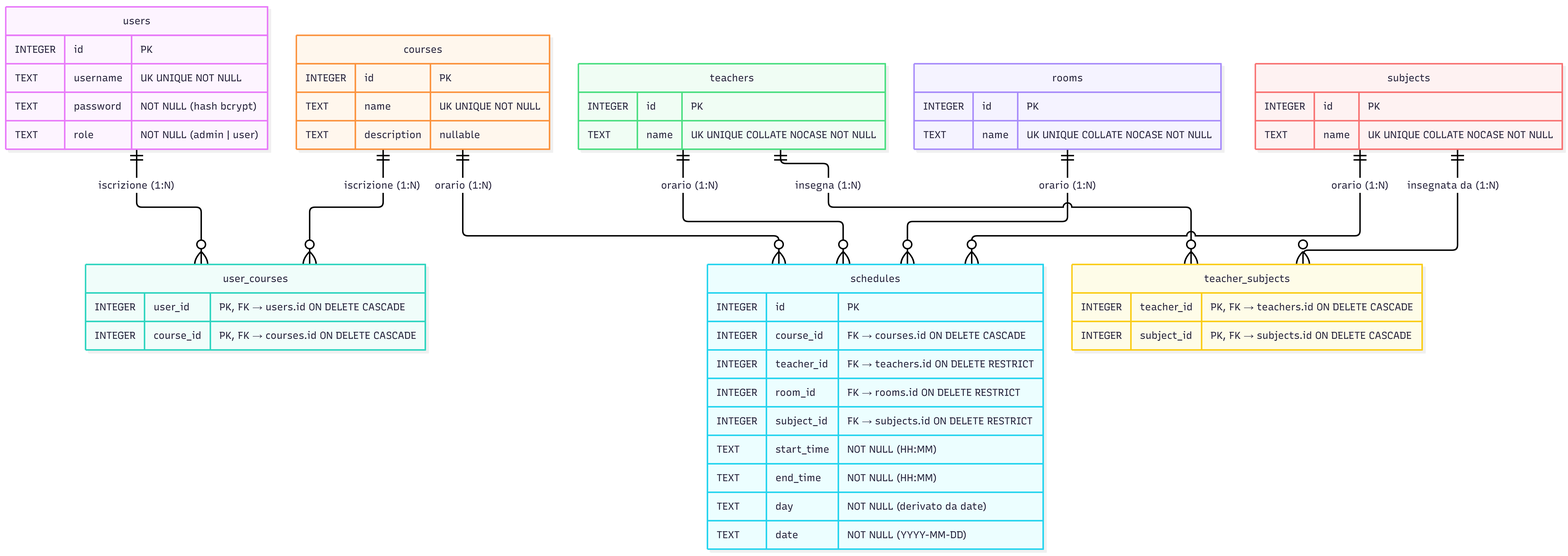
Above: backend/Schema/Schema.png in NicoMaker/Portale_H_ITS (Mermaid), before the change. Its source is kept beside it as backend/Schema/Schema.mmd.
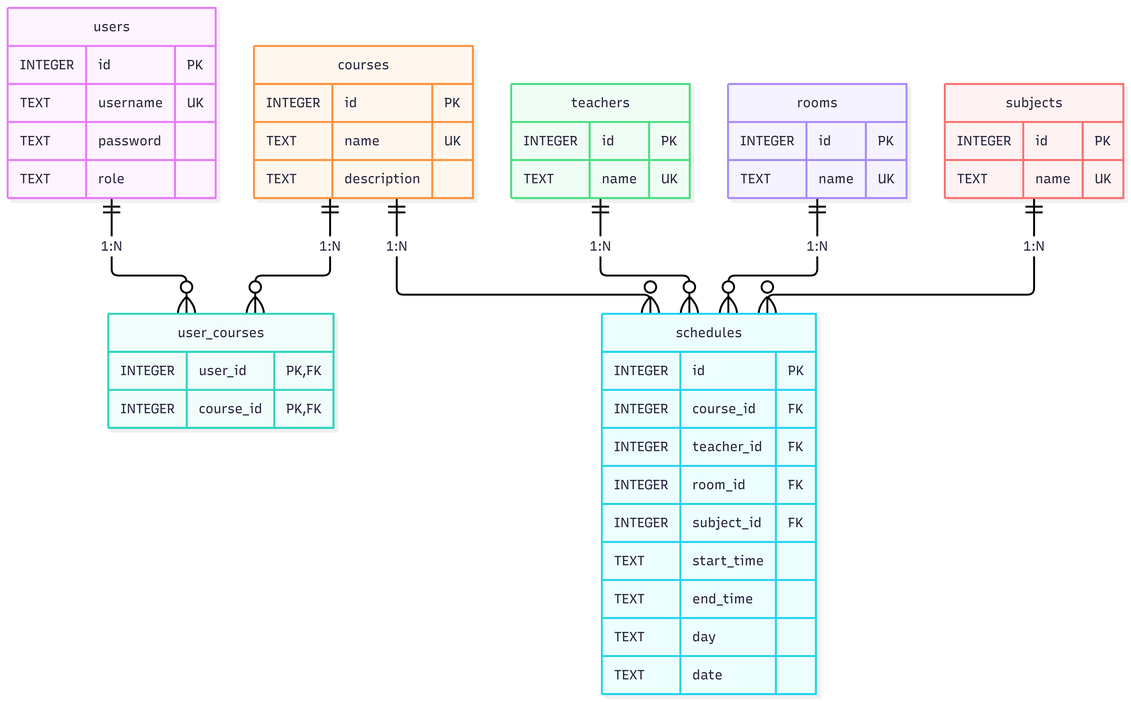
Later version of the same file.

What changed in the source:
```diff
@@ -1,61 +1,52 @@
 erDiagram
-    users ||--o{ user_courses : "iscrizione (1:N)"
-    courses ||--o{ user_courses : "iscrizione (1:N)"
-
-    courses ||--o{ schedules : "orario (1:N)"
-    teachers ||--o{ schedules : "orario (1:N)"
-    rooms ||--o{ schedules : "orario (1:N)"
-    subjects ||--o{ schedules : "orario (1:N)"
-
-    teachers ||--o{ teacher_subjects : "insegna (1:N)"
-    subjects ||--o{ teacher_subjects : "insegnata da (1:N)"
+    users ||--o{ user_courses : "1:N"
+    courses ||--o{ user_courses : "1:N"
+    courses ||--o{ schedules : "1:N"
+    teachers ||--o{ schedules : "1:N"
+    rooms ||--o{ schedules : "1:N"
+    subjects ||--o{ schedules : "1:N"
 
     users {
-        INTEGER id "PK"
-        TEXT username "UK UNIQUE NOT NULL"
-        TEXT password "NOT NULL (hash bcrypt)"
-        TEXT role "NOT NULL (admin | user)"
+        INTEGER id PK
+        TEXT username UK
+        TEXT password
+        TEXT role
     }
 
     courses {
-        INTEGER id "PK"
-        TEXT name "UK UNIQUE NOT NULL"
-        TEXT description "nullable"
+        INTEGER id PK
+        TEXT name UK
+        TEXT description
     }
 
     user_courses {
-        INTEGER user_id "PK, FK → users.id ON DELETE CASCADE"
-        INTEGER course_id "PK, FK → courses.id ON DELETE CASCADE"
+        INTEGER user_id PK, FK
+        INTEGER course_id PK, FK
     }
 
     teachers {
-        INTEGER id "PK"
-        TEXT name "UK UNIQUE COLLATE NOCASE NOT NULL"
+        INTEGER id PK
+        TEXT name UK
     }
 
     rooms {
-        INTEGER id "PK"
-        TEXT name "UK UNIQUE COLLATE NOCASE NOT NULL"
+        INTEGER id PK
+        TEXT name UK
     }
 
     subjects {
-        INTEGER id "PK"
-        TEXT name "UK UNIQUE COLLATE NOCASE NOT NULL"
-    }
-
-    teacher_subjects {
-        INTEGER teacher_id "PK, FK → teachers.id ON DELETE CASCADE"
-        INTEGER subject_id "PK, FK → subjects.id ON DELETE CASCADE"
+        INTEGER id PK
+        TEXT name UK
     }
 
     schedules {
-        INTEGER id "PK"
-        INTEGER course_id "FK → courses.id ON DELETE CASCADE"
-        INTEGER teacher_id "FK → teachers.id ON DELETE RESTRICT"
-        INTEGER room_id "FK → rooms.id ON DELETE RESTRICT"
-        INTEGER subject_id "FK → subjects.id ON DELETE RESTRICT"
-        TEXT start_time "NOT NULL (HH:MM)"
-        TEXT end_time "NOT NULL (HH:MM)"
-        TEXT day "NOT NULL (derivato da date)"
-        TEXT date "NOT NULL (YYYY-MM-DD)"
+        INTEGER id PK
+        INTEGER course_id FK
+        INTEGER teacher_id FK
+        INTEGER room_id FK
+        INTEGER subject_id FK
+        TEXT start_time
+        TEXT end_time
+        TEXT day
+        TEXT date
     }
```
